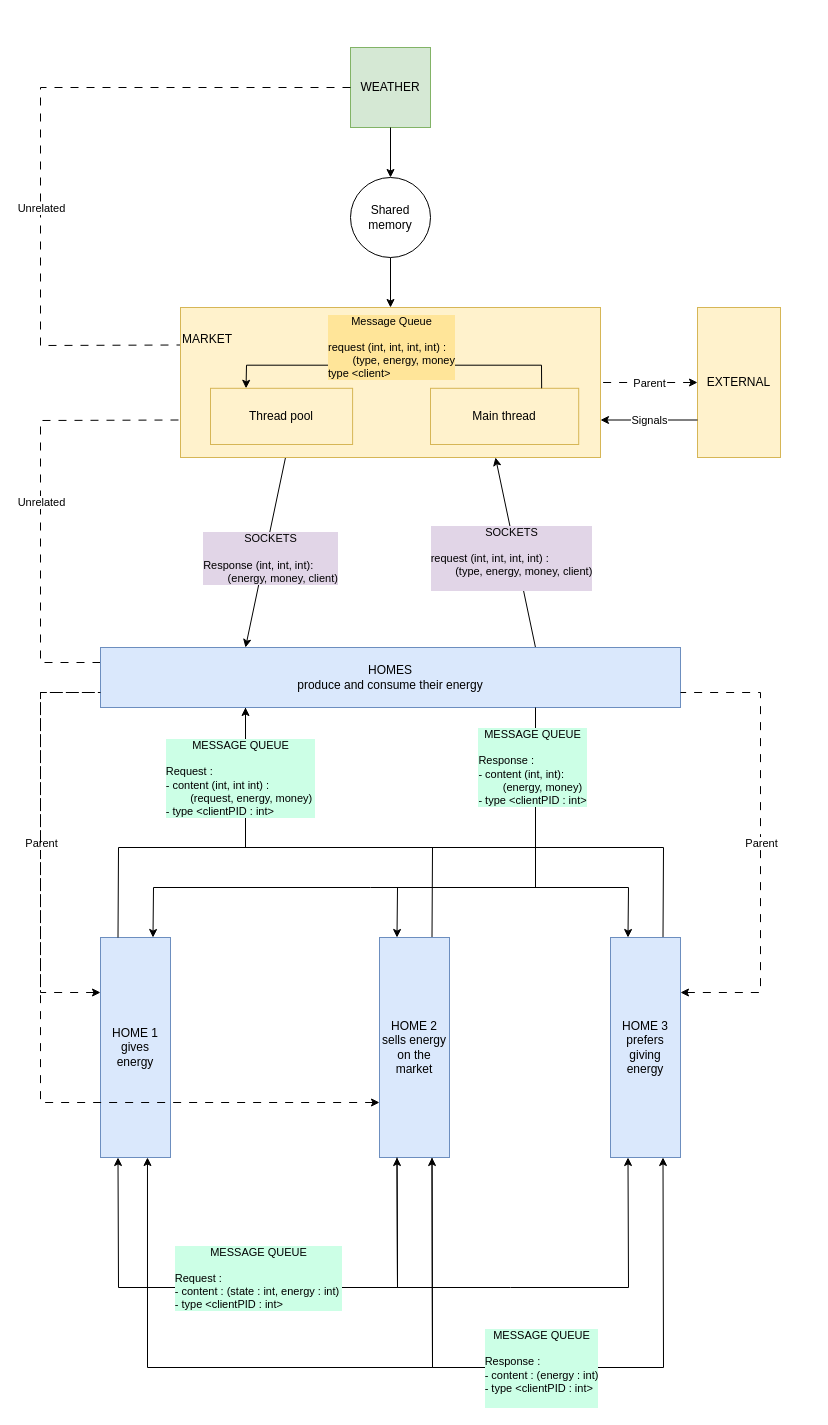
The draw.io diagram design/process_diagram.drawio in camileen/energy-market_project, before the edit. Source tidied: cells renumbered, new cells numbered last; positions are measured from the earlier drawing's top-left corner, leaving out a move shared by most shapes. Both pictures are drawn from the tidied source at 100%, with x=0, y=0 at pixel (40, 47).
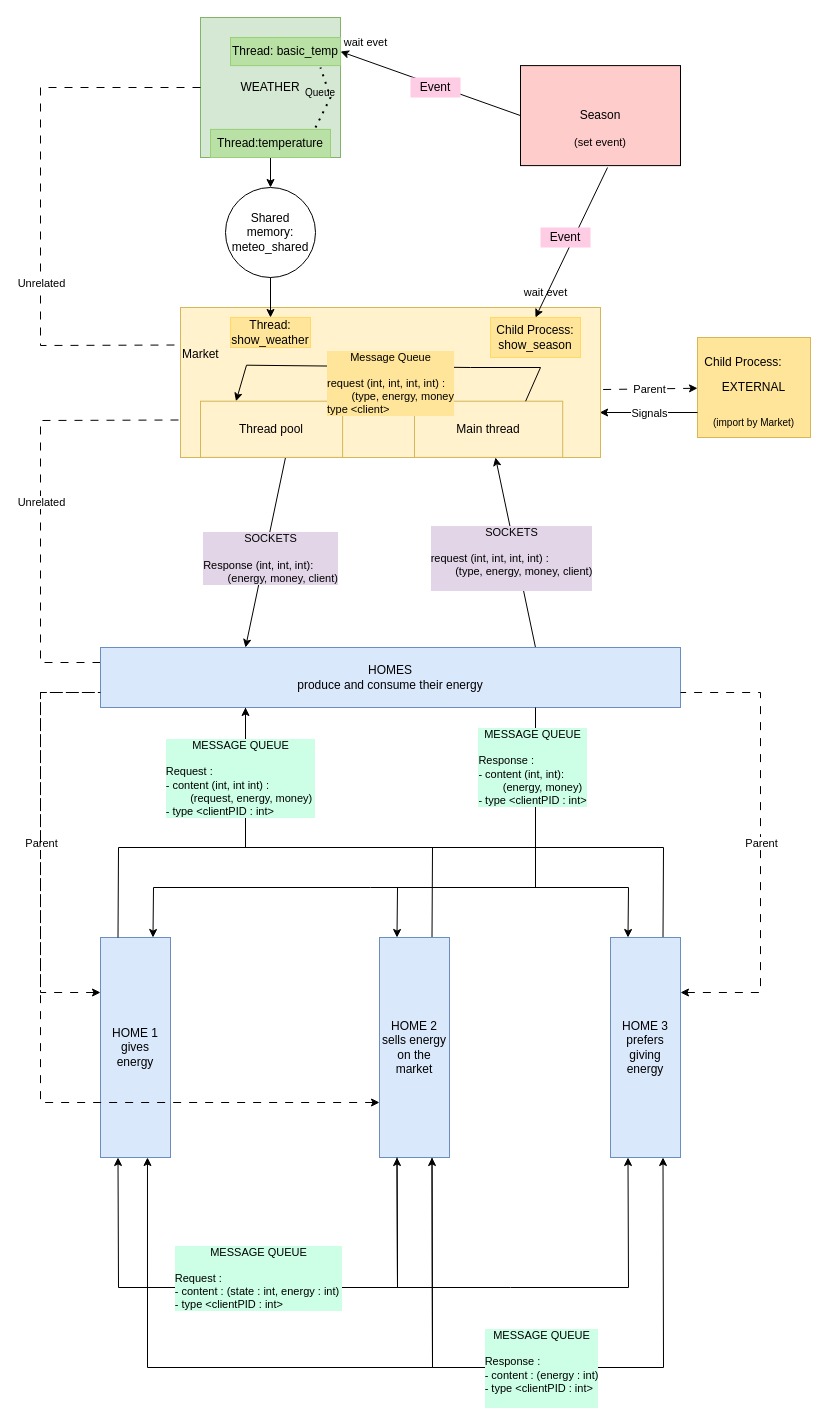
The same page after the edit.

Commit message (it also covers changes not shown here):
Update design : market, weather, season, external

Diff of the diagram source:
```diff
@@
-    <mxCell id="5" value="WEATHER" style="whiteSpace=wrap;html=1;fillColor=#d5e8d4;strokeColor=#82b366;" parent="1" vertex="1">
-      <mxGeometry x="310" width="80" height="80" as="geometry" />
+    <mxCell id="5" value="WEATHER" style="whiteSpace=wrap;html=1;fillColor=#d5e8d4;strokeColor=#82B366;shadow=0;" parent="1" vertex="1">
+      <mxGeometry x="160" y="-30" width="140" height="140" as="geometry" />
     </mxCell>
@@
-    <mxCell id="9" style="endArrow=none;startArrow=classic;html=1;rounded=0;exitX=0.5;exitY=0;exitDx=0;exitDy=0;entryX=0.5;entryY=1;entryDx=0;entryDy=0;startFill=1;endFill=0;" parent="1" edge="1" source="35" target="40">
-      <mxGeometry relative="1" as="geometry" />
-    </mxCell>
@@
-    <mxCell id="29" value="EXTERNAL&lt;br&gt;" style="whiteSpace=wrap;html=1;fillColor=#fff2cc;strokeColor=#d6b656;" parent="1" vertex="1">
-      <mxGeometry x="657" y="260" width="83" height="150" as="geometry" />
+    <mxCell id="29" value="EXTERNAL&lt;br&gt;" style="whiteSpace=wrap;html=1;fillColor=#FFE599;strokeColor=#d6b656;" parent="1" vertex="1">
+      <mxGeometry x="657" y="290" width="113" height="100" as="geometry" />
     </mxCell>
-    <mxCell id="30" style="endArrow=none;html=1;rounded=0;startArrow=classic;startFill=1;entryX=1;entryY=0.5;entryDx=0;entryDy=0;dashed=1;dashPattern=8 8;endFill=0;" parent="1" edge="1" source="29" target="35">
+    <mxCell id="30" style="endArrow=none;html=1;rounded=0;startArrow=classic;startFill=1;entryX=1;entryY=0.547;entryDx=0;entryDy=0;dashed=1;dashPattern=8 8;endFill=0;entryPerimeter=0;" parent="1" edge="1" source="29" target="35">
       <mxGeometry relative="1" as="geometry" />
     </mxCell>
@@
-    <mxCell id="32" style="endArrow=classic;html=1;rounded=0;startArrow=none;startFill=0;exitX=0;exitY=0.75;exitDx=0;exitDy=0;entryX=1;entryY=0.75;entryDx=0;entryDy=0;endFill=1;" parent="1" edge="1" source="29" target="35">
+    <mxCell id="32" style="endArrow=classic;html=1;rounded=0;startArrow=none;startFill=0;exitX=0;exitY=0.75;exitDx=0;exitDy=0;entryX=0.998;entryY=0.7;entryDx=0;entryDy=0;endFill=1;entryPerimeter=0;" parent="1" edge="1" source="29" target="35">
       <mxGeometry relative="1" as="geometry" />
     </mxCell>
@@
-    <mxCell id="34" style="group;" parent="1" vertex="1">
+    <mxCell id="34" style="group;fillColor=#FFE599;" parent="1" vertex="1">
       <mxGeometry x="140" y="260" width="420" height="150" as="geometry" />
     </mxCell>
-    <mxCell id="35" value="&lt;div style=&quot;text-align: center;&quot;&gt;&lt;span style=&quot;background-color: initial;&quot;&gt;MARKET&lt;/span&gt;&lt;/div&gt;&lt;div style=&quot;text-align: center;&quot;&gt;&lt;span style=&quot;background-color: initial;&quot;&gt;&lt;br&gt;&lt;/span&gt;&lt;/div&gt;&lt;div style=&quot;text-align: center;&quot;&gt;&lt;span style=&quot;background-color: initial;&quot;&gt;&lt;br&gt;&lt;/span&gt;&lt;/div&gt;&lt;div style=&quot;text-align: center;&quot;&gt;&lt;span style=&quot;background-color: initial;&quot;&gt;&lt;br&gt;&lt;/span&gt;&lt;/div&gt;&lt;div style=&quot;text-align: center;&quot;&gt;&lt;span style=&quot;background-color: initial;&quot;&gt;&lt;br&gt;&lt;/span&gt;&lt;/div&gt;&lt;div style=&quot;text-align: center;&quot;&gt;&lt;span style=&quot;background-color: initial;&quot;&gt;&lt;br&gt;&lt;/span&gt;&lt;/div&gt;&lt;div style=&quot;text-align: center;&quot;&gt;&lt;span style=&quot;background-color: initial;&quot;&gt;&lt;br&gt;&lt;/span&gt;&lt;/div&gt;" style="whiteSpace=wrap;html=1;fillColor=#fff2cc;strokeColor=#d6b656;align=left;" parent="34" vertex="1">
+    <mxCell id="35" value="&lt;div style=&quot;text-align: center;&quot;&gt;&lt;br&gt;&lt;/div&gt;&lt;div style=&quot;text-align: center;&quot;&gt;&lt;br&gt;&lt;/div&gt;&lt;div style=&quot;text-align: center;&quot;&gt;Market&lt;br&gt;&lt;/div&gt;&lt;div style=&quot;text-align: center;&quot;&gt;&lt;span style=&quot;background-color: initial;&quot;&gt;&lt;br&gt;&lt;/span&gt;&lt;/div&gt;&lt;div style=&quot;text-align: center;&quot;&gt;&lt;span style=&quot;background-color: initial;&quot;&gt;&lt;br&gt;&lt;/span&gt;&lt;/div&gt;&lt;div style=&quot;text-align: center;&quot;&gt;&lt;span style=&quot;background-color: initial;&quot;&gt;&lt;br&gt;&lt;/span&gt;&lt;/div&gt;&lt;div style=&quot;text-align: center;&quot;&gt;&lt;span style=&quot;background-color: initial;&quot;&gt;&lt;br&gt;&lt;/span&gt;&lt;/div&gt;&lt;div style=&quot;text-align: center;&quot;&gt;&lt;span style=&quot;background-color: initial;&quot;&gt;&lt;br&gt;&lt;/span&gt;&lt;/div&gt;&lt;div style=&quot;text-align: center;&quot;&gt;&lt;span style=&quot;background-color: initial;&quot;&gt;&lt;br&gt;&lt;/span&gt;&lt;/div&gt;" style="whiteSpace=wrap;html=1;fillColor=#fff2cc;strokeColor=#d6b656;align=left;" parent="34" vertex="1">
       <mxGeometry width="420" height="150" as="geometry" />
     </mxCell>
     <mxCell id="36" value="Thread pool" style="rounded=0;whiteSpace=wrap;html=1;fillColor=#fff2cc;strokeColor=#d6b656;" parent="34" vertex="1">
-      <mxGeometry x="30" y="80.8" width="142.1" height="56.2" as="geometry" />
+      <mxGeometry x="20" y="93.7" width="142.1" height="56.2" as="geometry" />
     </mxCell>
     <mxCell id="37" value="Main thread" style="rounded=0;whiteSpace=wrap;html=1;fillColor=#fff2cc;strokeColor=#d6b656;" parent="34" vertex="1">
-      <mxGeometry x="250" y="80.8" width="148.2" height="56.2" as="geometry" />
+      <mxGeometry x="234" y="93.7" width="148.2" height="56.2" as="geometry" />
     </mxCell>
     <mxCell id="38" style="endArrow=classic;html=1;rounded=0;startArrow=none;startFill=0;exitX=0.75;exitY=0;exitDx=0;exitDy=0;entryX=0.25;entryY=0;entryDx=0;entryDy=0;endFill=1;" parent="34" edge="1" source="37" target="36">
       <mxGeometry relative="1" as="geometry">
         <Array as="points">
-          <mxPoint x="361" y="57.7" />
-          <mxPoint x="210" y="57.7" />
+          <mxPoint x="360" y="60" />
+          <mxPoint x="290" y="60" />
           <mxPoint x="66" y="57.7" />
         </Array>
       </mxGeometry>
     </mxCell>
     <mxCell id="39" value="Message Queue&lt;br&gt;&lt;br&gt;&lt;div style=&quot;border-color: var(--border-color); text-align: left;&quot;&gt;request (int, int, int, int) :&amp;nbsp;&lt;/div&gt;&lt;div style=&quot;border-color: var(--border-color); text-align: left;&quot;&gt;&#9;&lt;span style=&quot;white-space: pre;&quot;&gt;&#9;&lt;/span&gt;(type, energy, money&lt;/div&gt;&lt;div style=&quot;border-color: var(--border-color); text-align: left;&quot;&gt;type &amp;lt;client&amp;gt;&lt;/div&gt;" style="edgeLabel;html=1;align=center;verticalAlign=middle;labelBackgroundColor=#FFE599;" parent="38" vertex="1">
       <mxGeometry relative="1" as="geometry">
-        <mxPoint x="-3" y="-18" as="offset" />
+        <mxPoint x="-3" y="16" as="offset" />
       </mxGeometry>
     </mxCell>
+    <mxCell id="48" value="Child Process: show_season" style="rounded=0;whiteSpace=wrap;html=1;shadow=0;strokeColor=#FFD966;fillColor=#FFE599;" parent="34" vertex="1">
+      <mxGeometry x="310" y="10" width="90" height="40" as="geometry" />
+    </mxCell>
+    <mxCell id="49" value="Thread: show_weather" style="rounded=0;whiteSpace=wrap;html=1;shadow=0;strokeColor=#FFD966;fillColor=#FFE599;" parent="34" vertex="1">
+      <mxGeometry x="50" y="10" width="80" height="30" as="geometry" />
+    </mxCell>
-    <mxCell id="40" value="Shared&lt;br&gt;memory" style="ellipse;whiteSpace=wrap;html=1;labelBackgroundColor=#FFFFFF;fontColor=#000000;" parent="1" vertex="1">
-      <mxGeometry x="310" y="130" width="80" height="80" as="geometry" />
+    <mxCell id="40" value="Shared&lt;br&gt;&lt;div&gt;memory:&lt;/div&gt;&lt;div&gt;meteo_shared&lt;br&gt;&lt;/div&gt;" style="ellipse;whiteSpace=wrap;html=1;labelBackgroundColor=#FFFFFF;fontColor=#000000;" parent="1" vertex="1">
+      <mxGeometry x="185" y="140" width="90" height="90" as="geometry" />
     </mxCell>
@@
+    <mxCell id="50" value="Thread: basic_temp" style="rounded=0;whiteSpace=wrap;html=1;fillColor=#B9E0A5;strokeColor=#97D077;" parent="1" vertex="1">
+      <mxGeometry x="190" y="-10" width="110" height="28.1" as="geometry" />
+    </mxCell>
+    <mxCell id="51" value="Thread:temperature" style="rounded=0;whiteSpace=wrap;html=1;fillColor=#B9E0A5;strokeColor=#97D077;" parent="1" vertex="1">
+      <mxGeometry x="170" y="81.9" width="120" height="28.1" as="geometry" />
+    </mxCell>
+    <mxCell id="52" value="Season" style="rounded=0;whiteSpace=wrap;html=1;shadow=0;strokeColor=#000000;fillColor=#FFCCCC;" parent="1" vertex="1">
+      <mxGeometry x="480" y="18.1" width="160" height="100" as="geometry" />
+    </mxCell>
+    <mxCell id="53" style="endArrow=classic;html=1;rounded=0;exitX=0.544;exitY=1.019;exitDx=0;exitDy=0;exitPerimeter=0;entryX=0.5;entryY=0;entryDx=0;entryDy=0;" parent="1" edge="1" source="52" target="48">
+      <mxGeometry relative="1" as="geometry" />
+    </mxCell>
+    <mxCell id="54" style="endArrow=classic;html=1;rounded=0;exitX=0;exitY=0.5;exitDx=0;exitDy=0;entryX=1;entryY=0.5;entryDx=0;entryDy=0;" parent="1" edge="1" source="52" target="50">
+      <mxGeometry relative="1" as="geometry" />
+    </mxCell>
+    <mxCell id="55" style="edgeLabel;html=1;align=center;verticalAlign=middle;labelBackgroundColor=#E1D5E7;fillColor=#CC0066;" parent="1" vertex="1">
+      <mxGeometry x="374" y="110" as="geometry">
+        <mxPoint x="11" y="-16" as="offset" />
+      </mxGeometry>
+    </mxCell>
+    <mxCell id="56" value="Event" style="text;html=1;strokeColor=none;fillColor=#FFCCE6;align=center;verticalAlign=middle;whiteSpace=wrap;rounded=0;shadow=0;" parent="1" vertex="1">
+      <mxGeometry x="370" y="30" width="50" height="20" as="geometry" />
+    </mxCell>
+    <mxCell id="57" value="Event" style="text;html=1;strokeColor=none;fillColor=#FFCCE6;align=center;verticalAlign=middle;whiteSpace=wrap;rounded=0;shadow=0;" parent="1" vertex="1">
+      <mxGeometry x="500" y="180" width="50" height="20" as="geometry" />
+    </mxCell>
+    <mxCell id="9" style="endArrow=none;startArrow=classic;html=1;rounded=0;exitX=0.5;exitY=0;exitDx=0;exitDy=0;entryX=0.5;entryY=1;entryDx=0;entryDy=0;startFill=1;endFill=0;" parent="1" edge="1" source="49" target="40">
+      <mxGeometry relative="1" as="geometry" />
+    </mxCell>
+    <mxCell id="58" value="&lt;font style=&quot;font-size: 10px;&quot;&gt;(import by Market)&lt;/font&gt;" style="text;html=1;strokeColor=none;fillColor=none;align=center;verticalAlign=middle;whiteSpace=wrap;rounded=0;" parent="1" vertex="1">
+      <mxGeometry x="667" y="360" width="93" height="30" as="geometry" />
+    </mxCell>
+    <mxCell id="59" value="&lt;font style=&quot;font-size: 11px;&quot;&gt;(set event)&lt;/font&gt;" style="text;html=1;strokeColor=none;fillColor=none;align=center;verticalAlign=middle;whiteSpace=wrap;rounded=0;" parent="1" vertex="1">
+      <mxGeometry x="530" y="80" width="60" height="30" as="geometry" />
+    </mxCell>
+    <mxCell id="60" value="wait evet" style="text;html=1;align=center;verticalAlign=middle;strokeColor=none;fillColor=none;fontSize=11;" parent="1" vertex="1">
+      <mxGeometry x="470" y="230" width="70" height="30" as="geometry" />
+    </mxCell>
+    <mxCell id="61" value="wait evet" style="text;html=1;align=center;verticalAlign=middle;strokeColor=none;fillColor=none;fontSize=11;" parent="1" vertex="1">
+      <mxGeometry x="290" y="-20" width="70" height="30" as="geometry" />
+    </mxCell>
+    <mxCell id="62" value="&lt;div&gt;&lt;font style=&quot;font-size: 12px;&quot;&gt;Child Process:&lt;/font&gt;&lt;/div&gt;" style="text;html=1;strokeColor=none;fillColor=none;align=center;verticalAlign=middle;whiteSpace=wrap;rounded=0;fontSize=10;" parent="1" vertex="1">
+      <mxGeometry x="657" y="300" width="91.5" height="30" as="geometry" />
+    </mxCell>
+    <mxCell id="63" style="endArrow=none;dashed=1;html=1;dashPattern=1 3;strokeWidth=2;rounded=0;fontSize=12;exitX=0.875;exitY=-0.067;exitDx=0;exitDy=0;exitPerimeter=0;" parent="1" edge="1" source="51">
+      <mxGeometry relative="1" as="geometry">
+        <mxPoint x="280" y="20" as="targetPoint" />
+        <Array as="points">
+          <mxPoint x="290" y="50" />
+        </Array>
+      </mxGeometry>
+    </mxCell>
+    <mxCell id="64" value="&lt;font style=&quot;font-size: 10px;&quot;&gt;Queue&lt;/font&gt;" style="text;html=1;strokeColor=none;fillColor=none;align=center;verticalAlign=middle;whiteSpace=wrap;rounded=0;fontSize=12;" parent="1" vertex="1">
+      <mxGeometry x="250" y="30" width="60" height="30" as="geometry" />
+    </mxCell>
```
